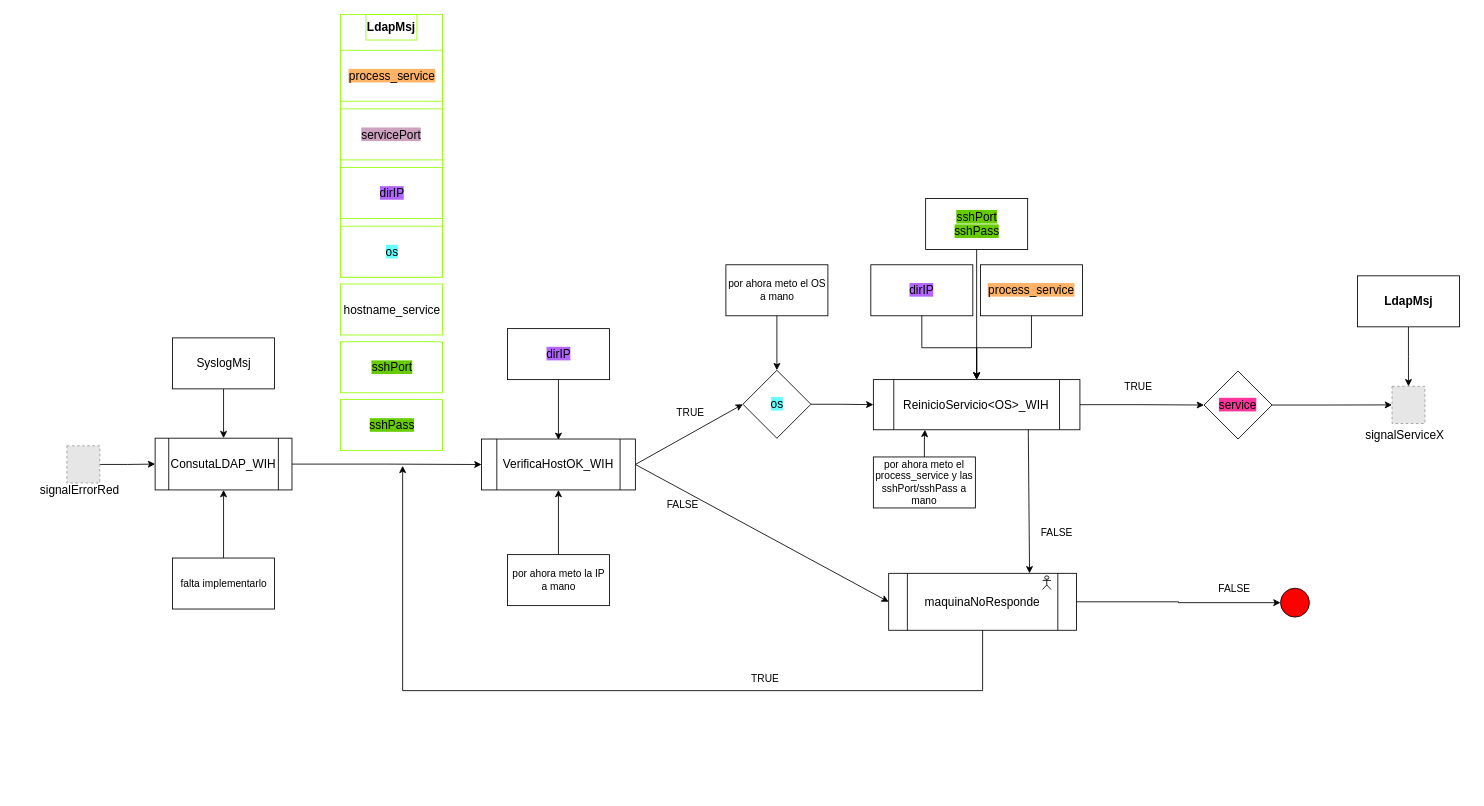
Before: page "serviceNoDisponible" (2 of 4) of esquemaProcesos.drawio in MarianaReyesH/gestionRed, a draw.io diagram. Source tidied: cells renumbered, new cells numbered last; positions are measured from the earlier drawing's top-left corner, leaving out a move shared by most shapes. Both pictures are drawn from the tidied source at 85%, with x=0, y=0 at pixel (14, 14). Pictures stored in the file or linked from it are replaced by grey dashed boxes.
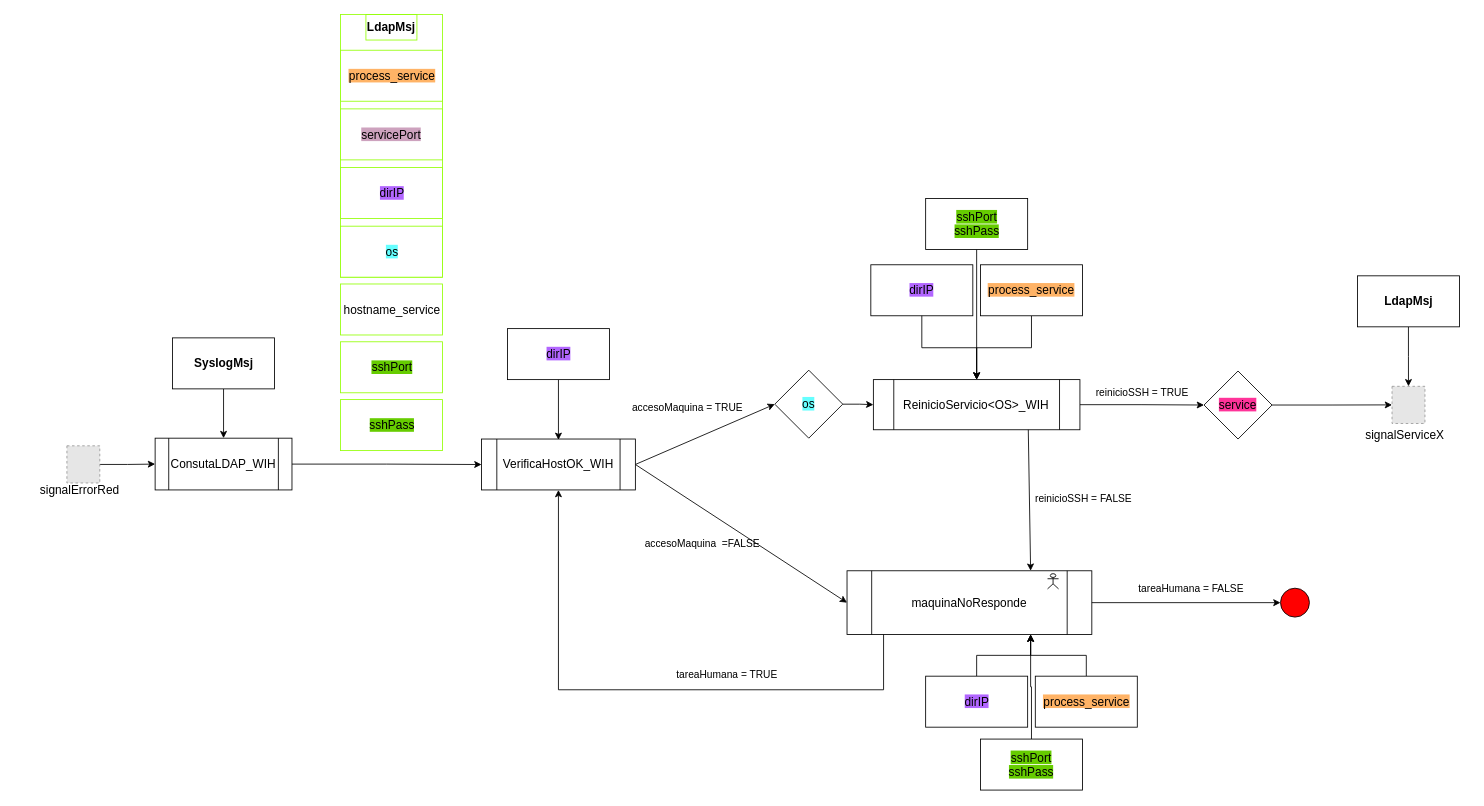
The same diagram, later.

The change refers to these unchanged cells:
```xml
<mxCell id="15" value="&lt;font style=&quot;font-size: 14px;&quot;&gt;VerificaHostOK_WIH&lt;/font&gt;" style="shape=process;whiteSpace=wrap;html=1;backgroundOutline=1;" parent="1" vertex="1">
  <mxGeometry x="549" y="499" width="181" height="59.9" as="geometry" />
</mxCell>
<mxCell id="16" value="&lt;font style=&quot;font-size: 14px;&quot;&gt;ConsutaLDAP_WIH&lt;/font&gt;" style="shape=process;whiteSpace=wrap;html=1;backgroundOutline=1;" parent="1" vertex="1">
  <mxGeometry x="165" y="498" width="161" height="60.9" as="geometry" />
</mxCell>
<mxCell id="18" value="&lt;font style=&quot;font-size: 14px;&quot;&gt;ReinicioServicio&amp;lt;OS&amp;gt;_WIH&lt;/font&gt;" style="shape=process;whiteSpace=wrap;html=1;backgroundOutline=1;" parent="1" vertex="1">
  <mxGeometry x="1010" y="429.1" width="243" height="59" as="geometry" />
</mxCell>
```

The edit, as a diff of the source:
```diff
@@
-    <mxCell id="5" value="TRUE" style="text;html=1;align=center;verticalAlign=middle;whiteSpace=wrap;rounded=0;" parent="1" vertex="1">
-      <mxGeometry x="765" y="453" width="60" height="30" as="geometry" />
+    <mxCell id="5" value="accesoMaquina = TRUE" style="text;html=1;align=center;verticalAlign=middle;whiteSpace=wrap;rounded=0;" parent="1" vertex="1">
+      <mxGeometry x="713" y="440" width="157" height="43" as="geometry" />
     </mxCell>
     <mxCell id="6" value="&lt;span style=&quot;font-size: 14px; background-color: rgb(102, 255, 255);&quot;&gt;os&lt;/span&gt;" style="rhombus;whiteSpace=wrap;html=1;" parent="1" vertex="1">
-      <mxGeometry x="856.5" y="418.1" width="80" height="80" as="geometry" />
+      <mxGeometry x="894" y="418" width="80" height="80" as="geometry" />
     </mxCell>
@@
-    <mxCell id="13" style="edgeStyle=orthogonalEdgeStyle;rounded=0;jettySize=auto;html=1;" parent="1" edge="1" source="14" target="16">
-      <mxGeometry relative="1" as="geometry" />
-    </mxCell>
-    <mxCell id="14" value="falta implementarlo" style="whiteSpace=wrap;html=1;" parent="1" vertex="1">
-      <mxGeometry x="185.5" y="639" width="120" height="60" as="geometry" />
-    </mxCell>
@@
-    <mxCell id="19" style="edgeStyle=orthogonalEdgeStyle;rounded=0;jettySize=auto;html=1;" parent="1" edge="1" source="20" target="15">
-      <mxGeometry relative="1" as="geometry" />
-    </mxCell>
-    <mxCell id="20" value="&lt;font style=&quot;font-size: 12px;&quot;&gt;por ahora meto la IP a mano&lt;/font&gt;" style="rounded=0;whiteSpace=wrap;html=1;" parent="1" vertex="1">
-      <mxGeometry x="579.5" y="635" width="120" height="60" as="geometry" />
-    </mxCell>
-    <mxCell id="21" value="FALSE" style="text;html=1;align=center;verticalAlign=middle;whiteSpace=wrap;rounded=0;" parent="1" vertex="1">
-      <mxGeometry x="756" y="562" width="60" height="30" as="geometry" />
+    <mxCell id="21" value="accesoMaquina&amp;nbsp; =FALSE" style="text;html=1;align=center;verticalAlign=middle;whiteSpace=wrap;rounded=0;" parent="1" vertex="1">
+      <mxGeometry x="724" y="608" width="170" height="27" as="geometry" />
     </mxCell>
@@
-    <mxCell id="23" value="&lt;font style=&quot;font-size: 14px;&quot;&gt;SyslogMsj&lt;/font&gt;" style="rounded=0;whiteSpace=wrap;html=1;" parent="1" vertex="1">
+    <mxCell id="23" value="&lt;font style=&quot;font-size: 14px;&quot;&gt;&lt;b&gt;SyslogMsj&lt;/b&gt;&lt;/font&gt;" style="rounded=0;whiteSpace=wrap;html=1;" parent="1" vertex="1">
       <mxGeometry x="185.5" y="380" width="120" height="60" as="geometry" />
     </mxCell>
@@
-    <mxCell id="26" style="edgeStyle=orthogonalEdgeStyle;rounded=0;jettySize=auto;html=1;" parent="1" edge="1" source="27" target="6">
-      <mxGeometry relative="1" as="geometry" />
-    </mxCell>
-    <mxCell id="27" value="&lt;font style=&quot;font-size: 12px;&quot;&gt;por ahora meto el OS a mano&lt;/font&gt;" style="rounded=0;whiteSpace=wrap;html=1;" parent="1" vertex="1">
-      <mxGeometry x="836.5" y="294" width="120" height="60" as="geometry" />
-    </mxCell>
@@
-    <mxCell id="30" style="edgeStyle=orthogonalEdgeStyle;rounded=0;jettySize=auto;html=1;entryX=0.25;entryY=1;entryDx=0;entryDy=0;" parent="1" edge="1" source="31" target="18">
-      <mxGeometry relative="1" as="geometry" />
-    </mxCell>
-    <mxCell id="31" value="&lt;font style=&quot;font-size: 12px;&quot;&gt;por ahora meto el process_service y las sshPort/sshPass a mano&lt;/font&gt;" style="rounded=0;whiteSpace=wrap;html=1;" parent="1" vertex="1">
-      <mxGeometry x="1010" y="520.1" width="120" height="60" as="geometry" />
-    </mxCell>
@@
-    <mxCell id="43" value="FALSE" style="text;html=1;align=center;verticalAlign=middle;whiteSpace=wrap;rounded=0;" parent="1" vertex="1">
-      <mxGeometry x="1196" y="595" width="60" height="30" as="geometry" />
-    </mxCell>
-    <mxCell id="44" value="TRUE" style="text;html=1;align=center;verticalAlign=middle;whiteSpace=wrap;rounded=0;" parent="1" vertex="1">
-      <mxGeometry x="1292" y="423" width="60" height="30" as="geometry" />
+    <mxCell id="44" value="reinicioSSH = TRUE" style="text;html=1;align=center;verticalAlign=middle;whiteSpace=wrap;rounded=0;" parent="1" vertex="1">
+      <mxGeometry x="1261" y="426" width="131" height="38" as="geometry" />
     </mxCell>
@@
     <mxCell id="52" style="group;" parent="1" vertex="1">
-      <mxGeometry x="1028" y="657" width="221" height="67" as="geometry" />
+      <mxGeometry x="979" y="654" width="288" height="75" as="geometry" />
     </mxCell>
-    <mxCell id="53" style="edgeStyle=orthogonalEdgeStyle;rounded=0;jettySize=auto;html=1;" parent="52" edge="1" source="54">
-      <mxGeometry relative="1" as="geometry">
-        <mxPoint x="-571.8" y="-126.5" as="targetPoint" />
-        <Array as="points">
-          <mxPoint x="111" y="138" />
-          <mxPoint x="-572" y="138" />
-        </Array>
-      </mxGeometry>
-    </mxCell>
     <mxCell id="54" value="&lt;span style=&quot;font-size: 14px;&quot;&gt;maquinaNoResponde&lt;/span&gt;" style="shape=process;whiteSpace=wrap;html=1;backgroundOutline=1;" parent="52" vertex="1">
-      <mxGeometry width="221" height="67" as="geometry" />
+      <mxGeometry width="288" height="75" as="geometry" />
     </mxCell>
     <mxCell id="55" style="shape=umlActor;verticalLabelPosition=bottom;verticalAlign=top;html=1;" parent="52" vertex="1">
-      <mxGeometry x="181" y="3" width="10" height="16" as="geometry" />
+      <mxGeometry x="235.9" y="3.4" width="13" height="17.9" as="geometry" />
     </mxCell>
@@
-    <mxCell id="59" value="FALSE" style="text;html=1;align=center;verticalAlign=middle;whiteSpace=wrap;rounded=0;" parent="1" vertex="1">
-      <mxGeometry x="1405" y="661" width="60" height="30" as="geometry" />
+    <mxCell id="59" value="tareaHumana = FALSE" style="text;html=1;align=center;verticalAlign=middle;whiteSpace=wrap;rounded=0;" parent="1" vertex="1">
+      <mxGeometry x="1303" y="658" width="162" height="33" as="geometry" />
     </mxCell>
-    <mxCell id="60" value="TRUE" style="text;html=1;align=center;verticalAlign=middle;whiteSpace=wrap;rounded=0;" parent="1" vertex="1">
-      <mxGeometry x="853" y="766" width="60" height="30" as="geometry" />
-    </mxCell>
+    <mxCell id="61" value="reinicioSSH = FALSE" style="text;html=1;align=center;verticalAlign=middle;whiteSpace=wrap;rounded=0;" parent="1" vertex="1">
+      <mxGeometry x="1191.5" y="550.7" width="131" height="38" as="geometry" />
+    </mxCell>
+    <mxCell id="62" value="tareaHumana = TRUE" style="text;html=1;align=center;verticalAlign=middle;whiteSpace=wrap;rounded=0;" parent="1" vertex="1">
+      <mxGeometry x="757" y="760" width="162" height="33" as="geometry" />
+    </mxCell>
+    <mxCell id="63" style="edgeStyle=orthogonalEdgeStyle;rounded=0;jettySize=auto;html=1;entryX=0.75;entryY=1;entryDx=0;entryDy=0;" parent="1" edge="1" source="64" target="54">
+      <mxGeometry relative="1" as="geometry" />
+    </mxCell>
+    <mxCell id="64" value="&lt;span style=&quot;font-size: 14px; background-color: rgb(255, 179, 102);&quot;&gt;process_service&lt;/span&gt;" style="rounded=0;whiteSpace=wrap;html=1;" parent="1" vertex="1">
+      <mxGeometry x="1200.5" y="778" width="120" height="60" as="geometry" />
+    </mxCell>
+    <mxCell id="65" style="edgeStyle=orthogonalEdgeStyle;rounded=0;jettySize=auto;html=1;entryX=0.75;entryY=1;entryDx=0;entryDy=0;" parent="1" edge="1" source="66" target="54">
+      <mxGeometry relative="1" as="geometry" />
+    </mxCell>
+    <mxCell id="66" value="&lt;span style=&quot;font-size: 14px; background-color: rgb(178, 102, 255);&quot;&gt;dirIP&lt;/span&gt;" style="rounded=0;whiteSpace=wrap;html=1;" parent="1" vertex="1">
+      <mxGeometry x="1071.5" y="778" width="120" height="60" as="geometry" />
+    </mxCell>
+    <mxCell id="67" style="edgeStyle=orthogonalEdgeStyle;rounded=0;jettySize=auto;html=1;entryX=0.75;entryY=1;entryDx=0;entryDy=0;" parent="1" edge="1" source="68" target="54">
+      <mxGeometry relative="1" as="geometry" />
+    </mxCell>
+    <mxCell id="68" value="&lt;span style=&quot;font-size: 14px; background-color: rgb(102, 204, 0);&quot;&gt;sshPort&lt;/span&gt;&lt;div&gt;&lt;span style=&quot;font-size: 14px; background-color: rgb(102, 204, 0);&quot;&gt;sshPass&lt;/span&gt;&lt;/div&gt;" style="rounded=0;whiteSpace=wrap;html=1;" parent="1" vertex="1">
+      <mxGeometry x="1136" y="852" width="120" height="60" as="geometry" />
+    </mxCell>
+    <mxCell id="69" style="edgeStyle=orthogonalEdgeStyle;rounded=0;jettySize=auto;html=1;entryX=0.5;entryY=1;entryDx=0;entryDy=0;" parent="1" edge="1" source="54" target="15">
+      <mxGeometry relative="1" as="geometry">
+        <Array as="points">
+          <mxPoint x="1022" y="794" />
+          <mxPoint x="640" y="794" />
+        </Array>
+      </mxGeometry>
+    </mxCell>
```
